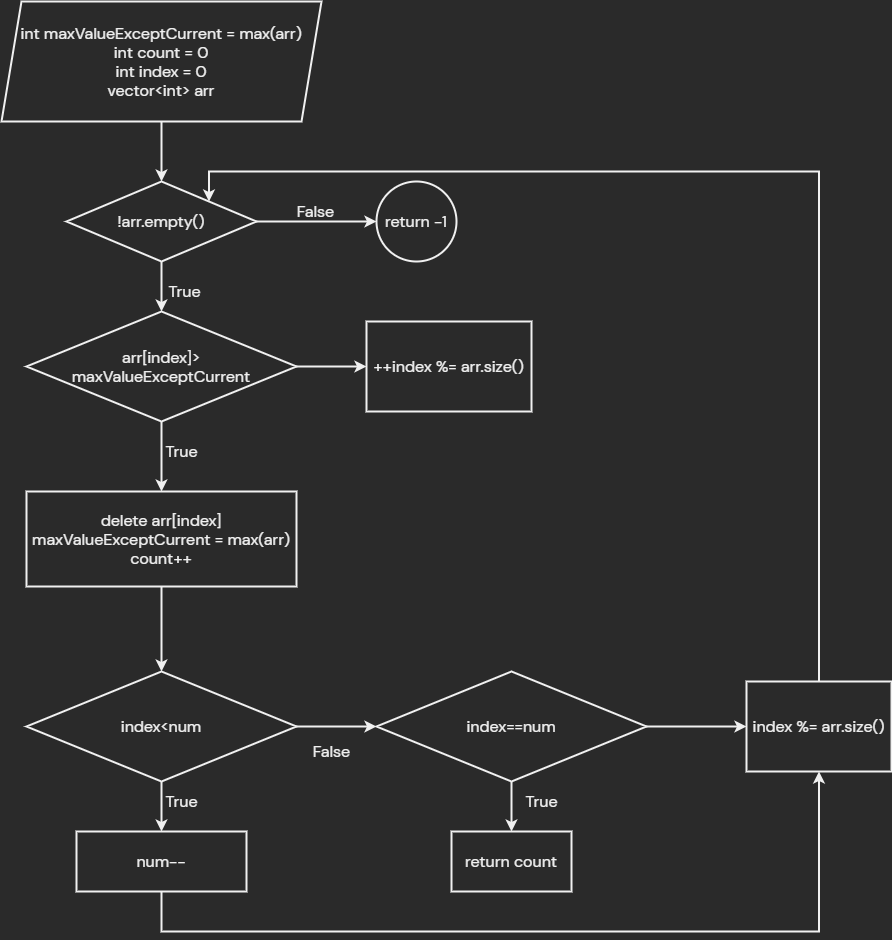
Before: Printer-Queue.png, a diagram exported from draw.io (wildDoubt/210303_Printer-Queue_CWY). Source tidied: cells renumbered, new cells last; positions are measured from the earlier drawing's top-left corner, leaving out a move shared by most shapes.
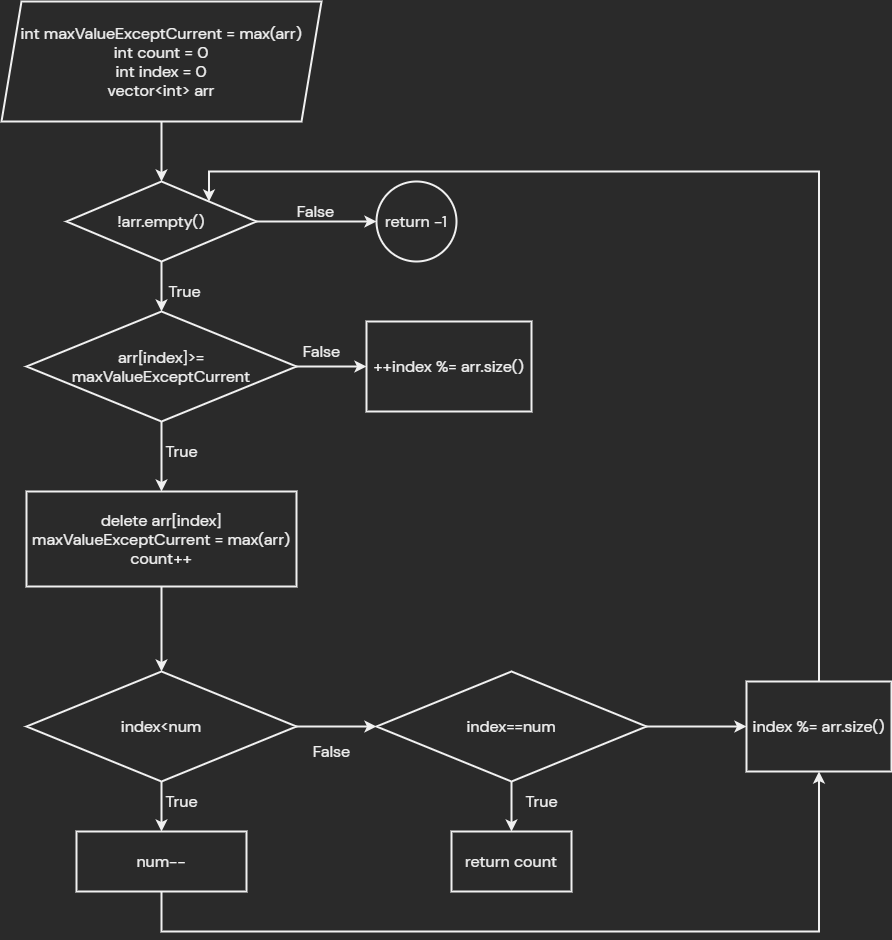
After the commit.

Commit message:
update flowchart and presentation

Diff of the diagram source:
```diff
@@ -29,7 +29,7 @@
     <mxCell id="10" style="edgeStyle=orthogonalEdgeStyle;rounded=0;jettySize=auto;html=1;fontSize=16;fontFamily=DM Sans;fontSource=https%3A%2F%2Ffonts.googleapis.com%2Fcss%3Ffamily%3DDM%2BSans;strokeWidth=2;" parent="1" edge="1" source="11" target="15">
       <mxGeometry relative="1" as="geometry" />
     </mxCell>
-    <mxCell id="11" value="arr[index]&amp;gt;&lt;br&gt;maxValueExceptCurrent" style="rhombus;whiteSpace=wrap;html=1;fontSize=16;fontFamily=DM Sans;fontSource=https%3A%2F%2Ffonts.googleapis.com%2Fcss%3Ffamily%3DDM%2BSans;strokeWidth=2;" parent="1" vertex="1">
+    <mxCell id="11" value="arr[index]&amp;gt;=&lt;br&gt;maxValueExceptCurrent" style="rhombus;whiteSpace=wrap;html=1;fontSize=16;fontFamily=DM Sans;fontSource=https%3A%2F%2Ffonts.googleapis.com%2Fcss%3Ffamily%3DDM%2BSans;strokeWidth=2;" parent="1" vertex="1">
       <mxGeometry x="25" y="310" width="270" height="110" as="geometry" />
     </mxCell>
     <mxCell id="12" value="False" style="text;html=1;align=center;verticalAlign=middle;fontSize=16;fontFamily=DM Sans;fontSource=https%3A%2F%2Ffonts.googleapis.com%2Fcss%3Ffamily%3DDM%2BSans;strokeWidth=2;" parent="1" vertex="1">
@@ -99,5 +99,8 @@
     <mxCell id="30" value="&lt;span&gt;index %= arr.size()&lt;/span&gt;" style="whiteSpace=wrap;html=1;fontSize=16;fontFamily=DM Sans;fontSource=https%3A%2F%2Ffonts.googleapis.com%2Fcss%3Ffamily%3DDM%2BSans;strokeWidth=2;" parent="1" vertex="1">
       <mxGeometry x="745" y="680" width="145" height="90" as="geometry" />
     </mxCell>
+    <mxCell id="31" value="False" style="text;html=1;align=center;verticalAlign=middle;fontSize=16;fontFamily=DM Sans;fontSource=https%3A%2F%2Ffonts.googleapis.com%2Fcss%3Ffamily%3DDM%2BSans;strokeWidth=2;" parent="1" vertex="1">
+      <mxGeometry x="295" y="340" width="50" height="20" as="geometry" />
+    </mxCell>
   </root>
 </mxGraphModel>
```
